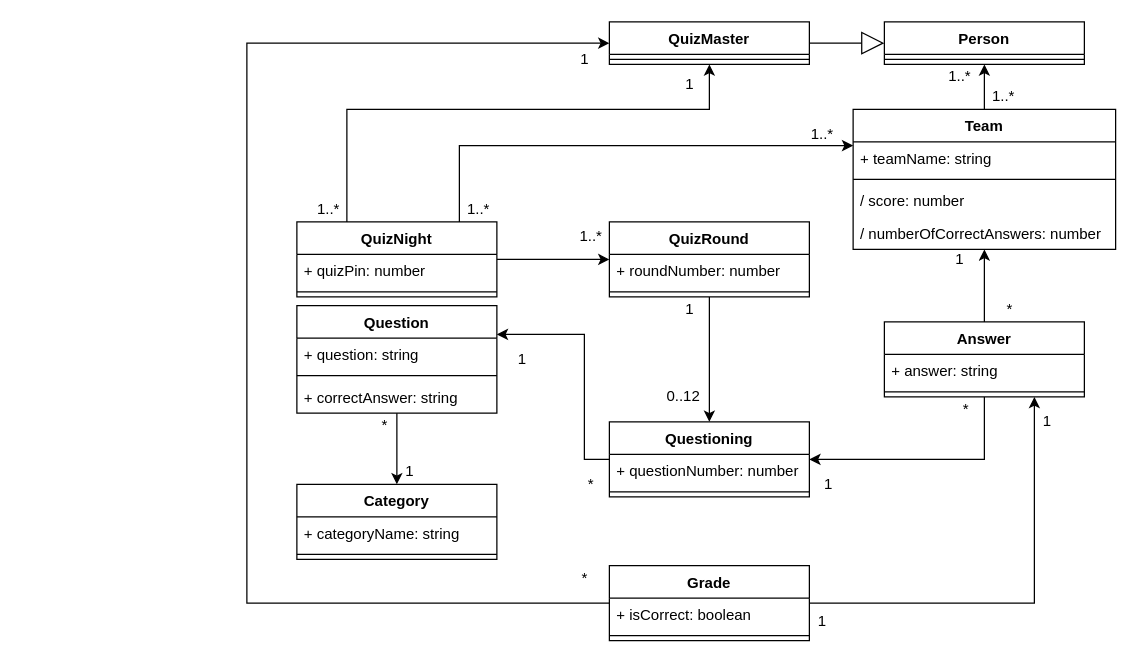
Before: docs/Domain model.drawio in TomVermeer/dwaquiz, a draw.io diagram. Source tidied: cells renumbered, new cells numbered last; positions are measured from the earlier drawing's top-left corner, leaving out a move shared by most shapes. Both pictures are drawn from the tidied source at 125%, with x=0, y=0 at pixel (246, 21).
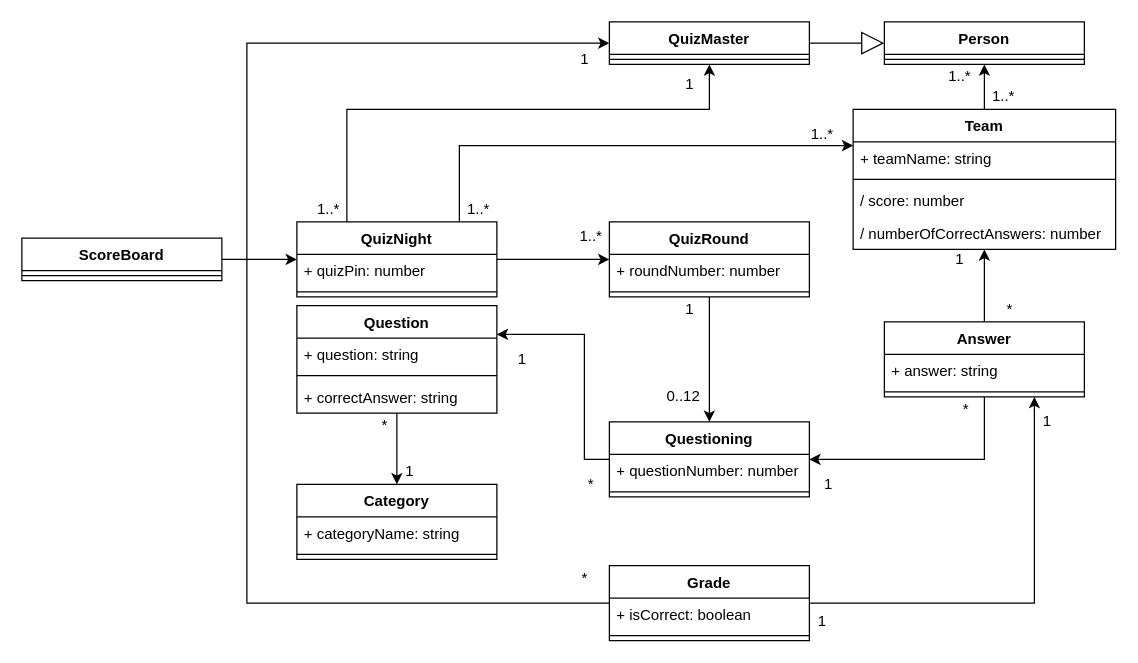
The same page after the edit.

Unchanged cells that the change refers to:
```xml
<mxCell id="7" value="QuizNight" style="swimlane;fontStyle=1;align=center;verticalAlign=top;horizontal=1;startSize=26;" parent="1" vertex="1">
  <mxGeometry x="40" y="160" width="160" height="60" as="geometry" />
</mxCell>
```

The edit, as a diff of the source:
```diff
@@
+    <mxCell id="66" style="edgeStyle=orthogonalEdgeStyle;rounded=0;jettySize=auto;html=1;" parent="1" edge="1" source="67" target="7">
+      <mxGeometry relative="1" as="geometry" />
+    </mxCell>
+    <mxCell id="67" value="ScoreBoard" style="swimlane;fontStyle=1;align=center;verticalAlign=top;horizontal=1;startSize=26;" parent="1" vertex="1">
+      <mxGeometry x="-180" y="173" width="160" height="34" as="geometry" />
+    </mxCell>
+    <mxCell id="68" style="line;strokeWidth=1;fillColor=none;align=left;verticalAlign=middle;spacingTop=-1;spacingLeft=3;spacingRight=3;labelPosition=right;" parent="67" vertex="1">
+      <mxGeometry y="26" width="160" height="8" as="geometry" />
+    </mxCell>
```
